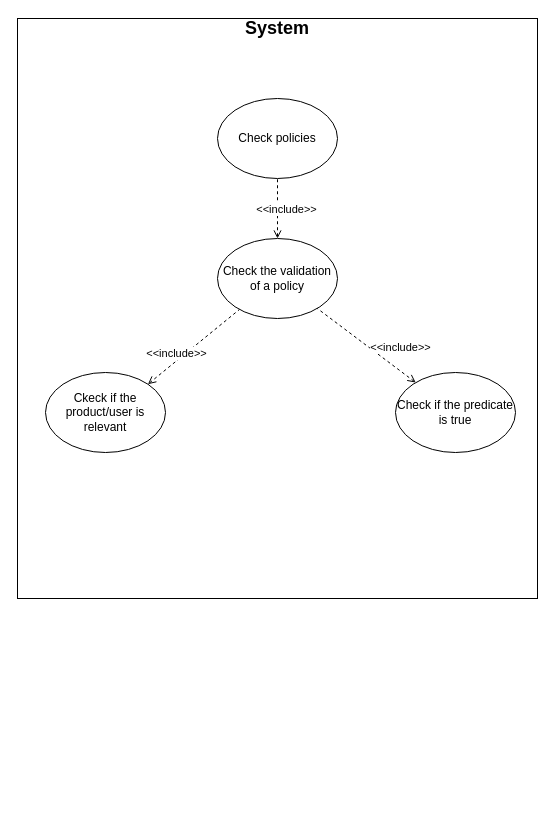
Before: Use cases/checkPolicies.drawio in LevyIfta/Team-19B-Project, a draw.io diagram. Source tidied: cells renumbered, new cells numbered last; positions are measured from the earlier drawing's top-left corner, leaving out a move shared by most shapes. Both pictures are drawn from the tidied source at 100%, with x=0, y=0 at pixel (17, 18).
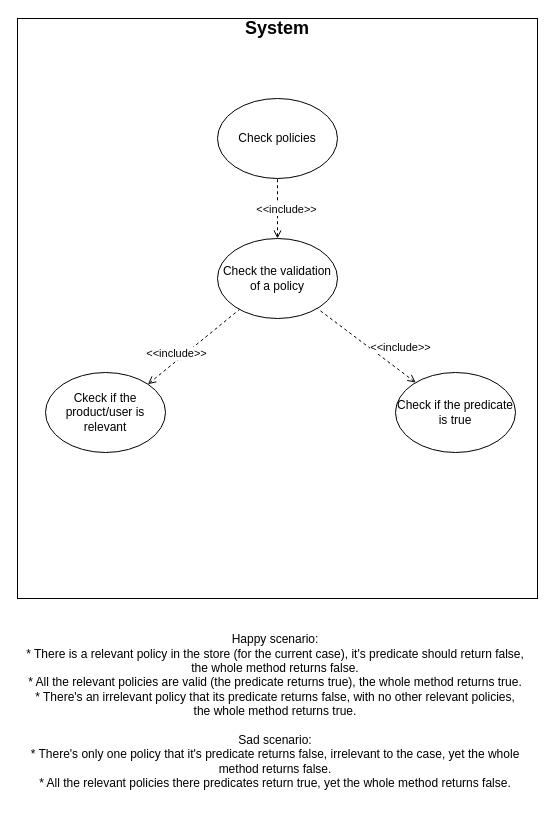
Above is the later version.

Change to the diagram source:
```diff
@@
 <mxGraphModel>
   <root>
     <mxCell id="0" />
     <mxCell id="1" parent="0" />
     <mxCell id="2" style="rounded=0;whiteSpace=wrap;html=1;" parent="1" vertex="1">
       <mxGeometry width="520" height="580" as="geometry" />
     </mxCell>
     <mxCell id="3" value="&lt;font style=&quot;font-size: 18px&quot;&gt;&lt;b&gt;System&lt;/b&gt;&lt;/font&gt;" style="text;html=1;strokeColor=none;fillColor=none;align=center;verticalAlign=middle;whiteSpace=wrap;rounded=0;" parent="1" vertex="1">
       <mxGeometry x="240" width="40" height="20" as="geometry" />
     </mxCell>
     <mxCell id="4" value="Check policies" style="ellipse;whiteSpace=wrap;html=1;" parent="1" vertex="1">
       <mxGeometry x="200" y="80" width="120" height="80" as="geometry" />
     </mxCell>
     <mxCell id="5" value="Check the validation of a policy" style="ellipse;whiteSpace=wrap;html=1;" parent="1" vertex="1">
       <mxGeometry x="200" y="220" width="120" height="80" as="geometry" />
     </mxCell>
     <mxCell id="6" value="Ckeck if the product/user is relevant" style="ellipse;whiteSpace=wrap;html=1;" parent="1" vertex="1">
       <mxGeometry x="28" y="354" width="120" height="80" as="geometry" />
     </mxCell>
     <mxCell id="7" value="Check if the predicate is true" style="ellipse;whiteSpace=wrap;html=1;" parent="1" vertex="1">
       <mxGeometry x="378" y="354" width="120" height="80" as="geometry" />
     </mxCell>
     <mxCell id="8" style="endArrow=none;html=1;dashed=1;startArrow=open;startFill=0;exitX=0.5;exitY=0;exitDx=0;exitDy=0;" parent="1" edge="1" source="5" target="4">
       <mxGeometry relative="1" as="geometry" />
     </mxCell>
     <mxCell id="9" value="&amp;lt;&amp;lt;include&amp;gt;&amp;gt;" style="edgeLabel;html=1;align=center;verticalAlign=middle;" parent="8" vertex="1">
       <mxGeometry x="-0.54" y="-3" relative="1" as="geometry">
         <mxPoint x="5" y="-16" as="offset" />
       </mxGeometry>
     </mxCell>
     <mxCell id="10" style="endArrow=none;html=1;dashed=1;startArrow=open;startFill=0;exitX=1;exitY=0;exitDx=0;exitDy=0;" parent="1" edge="1" source="6" target="5">
       <mxGeometry relative="1" as="geometry" />
     </mxCell>
     <mxCell id="11" value="&amp;lt;&amp;lt;include&amp;gt;&amp;gt;" style="edgeLabel;html=1;align=center;verticalAlign=middle;" parent="10" vertex="1">
       <mxGeometry x="-0.54" y="-3" relative="1" as="geometry">
         <mxPoint x="5" y="-16" as="offset" />
       </mxGeometry>
     </mxCell>
     <mxCell id="12" style="endArrow=none;html=1;dashed=1;startArrow=open;startFill=0;" parent="1" edge="1" source="7" target="5">
       <mxGeometry relative="1" as="geometry" />
     </mxCell>
     <mxCell id="13" value="&amp;lt;&amp;lt;include&amp;gt;&amp;gt;" style="edgeLabel;html=1;align=center;verticalAlign=middle;" parent="12" vertex="1">
       <mxGeometry x="-0.54" y="-3" relative="1" as="geometry">
         <mxPoint x="5" y="-16" as="offset" />
       </mxGeometry>
     </mxCell>
+    <mxCell id="14" value="Happy scenario:&lt;br&gt;* There is a relevant policy in the store (for the current case), it's predicate should return false, the whole method returns false.&lt;br&gt;* All the relevant policies are valid (the predicate returns true), the whole method returns true.&lt;br&gt;* There's an irrelevant policy that its predicate returns false, with no other relevant policies, the whole method returns true.&lt;br&gt;&lt;br&gt;Sad scenario:&lt;br&gt;* There's only one policy that it's predicate returns false, irrelevant to the case, yet the whole method returns false.&lt;br&gt;* All the relevant policies there predicates return true, yet the whole method returns false.&lt;br&gt;&lt;br&gt;" style="text;html=1;strokeColor=none;fillColor=none;align=center;verticalAlign=middle;whiteSpace=wrap;rounded=0;" parent="1" vertex="1">
+      <mxGeometry x="8" y="600" width="500" height="200" as="geometry" />
+    </mxCell>
   </root>
 </mxGraphModel>
```
